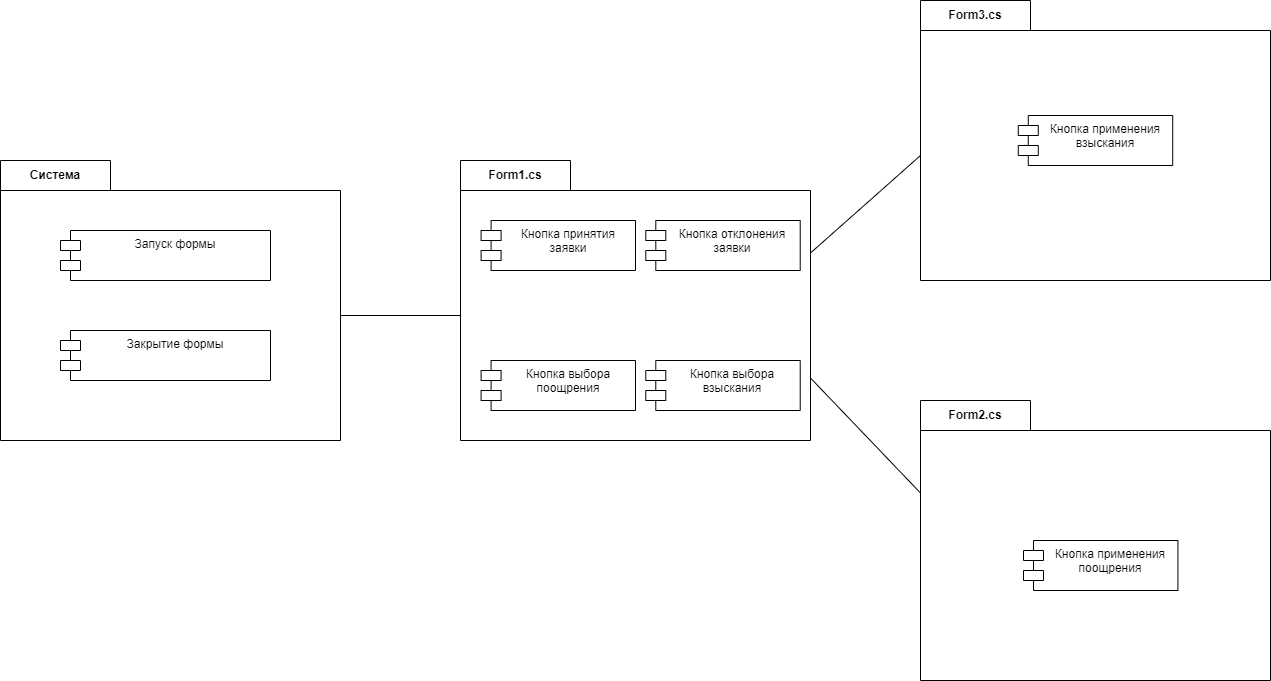
Earlier version of the draw.io export Документация/Диаграмма компонентов.png (AntipkinD/HRD). Source tidied: cells renumbered, new cells last; positions are measured from the earlier drawing's top-left corner, leaving out a move shared by most shapes.
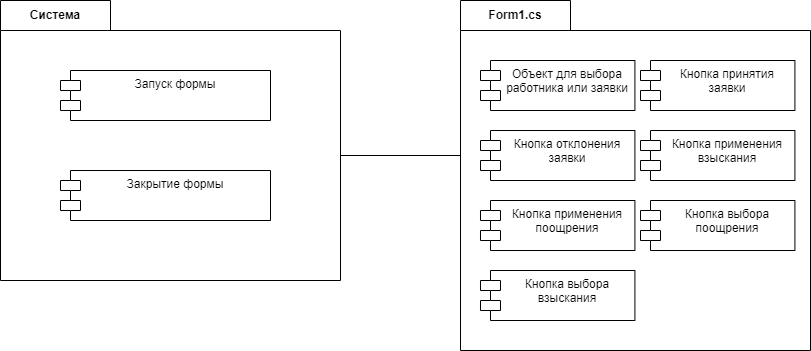
After the commit.

The edit, as a diff of the source:
```diff
@@ -20,52 +20,33 @@
       <mxGeometry x="60" y="170" width="210" height="50" as="geometry" />
     </mxCell>
     <mxCell id="7" value="Form1.cs" style="shape=folder;fontStyle=1;tabWidth=110;tabHeight=30;tabPosition=left;html=1;boundedLbl=1;labelInHeader=1;whiteSpace=wrap;" parent="1" vertex="1">
-      <mxGeometry x="460" y="160" width="350" height="280" as="geometry" />
+      <mxGeometry x="460" y="160" width="350" height="350" as="geometry" />
     </mxCell>
     <mxCell id="8" style="html=1;strokeColor=none;fillColor=none;whiteSpace=wrap;" parent="7" vertex="1">
-      <mxGeometry width="350" height="196" relative="1" as="geometry">
+      <mxGeometry width="350" height="245" relative="1" as="geometry">
         <mxPoint y="30" as="offset" />
       </mxGeometry>
     </mxCell>
+    <mxCell id="21" value="Объект для выбора работника или заявки" style="shape=module;align=left;spacingLeft=20;align=center;verticalAlign=top;whiteSpace=wrap;html=1;" parent="7" vertex="1">
+      <mxGeometry x="20" y="60" width="154.4" height="50" as="geometry" />
+    </mxCell>
     <mxCell id="9" value="Кнопка принятия заявки" style="shape=module;align=left;spacingLeft=20;align=center;verticalAlign=top;whiteSpace=wrap;html=1;" parent="7" vertex="1">
-      <mxGeometry x="20.6" y="60" width="154.4" height="50" as="geometry" />
+      <mxGeometry x="180" y="60" width="154.4" height="50" as="geometry" />
     </mxCell>
     <mxCell id="10" value="Кнопка отклонения заявки" style="shape=module;align=left;spacingLeft=20;align=center;verticalAlign=top;whiteSpace=wrap;html=1;" parent="7" vertex="1">
-      <mxGeometry x="185.3" y="60" width="154.4" height="50" as="geometry" />
+      <mxGeometry x="20" y="130" width="154.4" height="50" as="geometry" />
     </mxCell>
+    <mxCell id="18" value="Кнопка применения взыскания" style="shape=module;align=left;spacingLeft=20;align=center;verticalAlign=top;whiteSpace=wrap;html=1;" parent="7" vertex="1">
+      <mxGeometry x="180" y="130" width="154.4" height="50" as="geometry" />
+    </mxCell>
+    <mxCell id="15" value="Кнопка применения поощрения" style="shape=module;align=left;spacingLeft=20;align=center;verticalAlign=top;whiteSpace=wrap;html=1;" parent="7" vertex="1">
+      <mxGeometry x="20" y="200" width="154.4" height="50" as="geometry" />
+    </mxCell>
     <mxCell id="11" value="Кнопка выбора поощрения" style="shape=module;align=left;spacingLeft=20;align=center;verticalAlign=top;whiteSpace=wrap;html=1;" parent="7" vertex="1">
-      <mxGeometry x="20.6" y="200" width="154.4" height="50" as="geometry" />
+      <mxGeometry x="180" y="200" width="154.4" height="50" as="geometry" />
     </mxCell>
     <mxCell id="12" value="Кнопка выбора взыскания" style="shape=module;align=left;spacingLeft=20;align=center;verticalAlign=top;whiteSpace=wrap;html=1;" parent="7" vertex="1">
-      <mxGeometry x="185.3" y="200" width="154.4" height="50" as="geometry" />
+      <mxGeometry x="20" y="270" width="154.4" height="50" as="geometry" />
     </mxCell>
-    <mxCell id="13" value="Form2.cs" style="shape=folder;fontStyle=1;tabWidth=110;tabHeight=30;tabPosition=left;html=1;boundedLbl=1;labelInHeader=1;whiteSpace=wrap;" parent="1" vertex="1">
-      <mxGeometry x="920" y="400" width="350" height="280" as="geometry" />
-    </mxCell>
-    <mxCell id="14" style="html=1;strokeColor=none;fillColor=none;whiteSpace=wrap;" parent="13" vertex="1">
-      <mxGeometry width="350" height="196" relative="1" as="geometry">
-        <mxPoint y="30" as="offset" />
-      </mxGeometry>
-    </mxCell>
-    <mxCell id="15" value="Кнопка применения поощрения" style="shape=module;align=left;spacingLeft=20;align=center;verticalAlign=top;whiteSpace=wrap;html=1;" parent="13" vertex="1">
-      <mxGeometry x="103" y="140" width="154.4" height="50" as="geometry" />
-    </mxCell>
-    <mxCell id="16" value="Form3.cs" style="shape=folder;fontStyle=1;tabWidth=110;tabHeight=30;tabPosition=left;html=1;boundedLbl=1;labelInHeader=1;whiteSpace=wrap;" parent="1" vertex="1">
-      <mxGeometry x="920" width="350" height="280" as="geometry" />
-    </mxCell>
-    <mxCell id="17" style="html=1;strokeColor=none;fillColor=none;whiteSpace=wrap;" parent="16" vertex="1">
-      <mxGeometry width="350" height="196" relative="1" as="geometry">
-        <mxPoint y="30" as="offset" />
-      </mxGeometry>
-    </mxCell>
-    <mxCell id="18" value="Кнопка применения взыскания" style="shape=module;align=left;spacingLeft=20;align=center;verticalAlign=top;whiteSpace=wrap;html=1;" parent="16" vertex="1">
-      <mxGeometry x="97.8" y="115" width="154.4" height="50" as="geometry" />
-    </mxCell>
-    <mxCell id="19" style="endArrow=none;html=1;rounded=0;entryX=0;entryY=0;entryDx=0;entryDy=155;entryPerimeter=0;exitX=0;exitY=0;exitDx=350;exitDy=92.5;exitPerimeter=0;" parent="1" edge="1" source="7" target="16">
-      <mxGeometry relative="1" as="geometry" />
-    </mxCell>
-    <mxCell id="20" style="endArrow=none;html=1;rounded=0;entryX=0;entryY=0;entryDx=0;entryDy=92.5;entryPerimeter=0;exitX=0;exitY=0;exitDx=350;exitDy=217.5;exitPerimeter=0;" parent="1" edge="1" source="7" target="13">
-      <mxGeometry relative="1" as="geometry" />
-    </mxCell>
   </root>
 </mxGraphModel>
```
